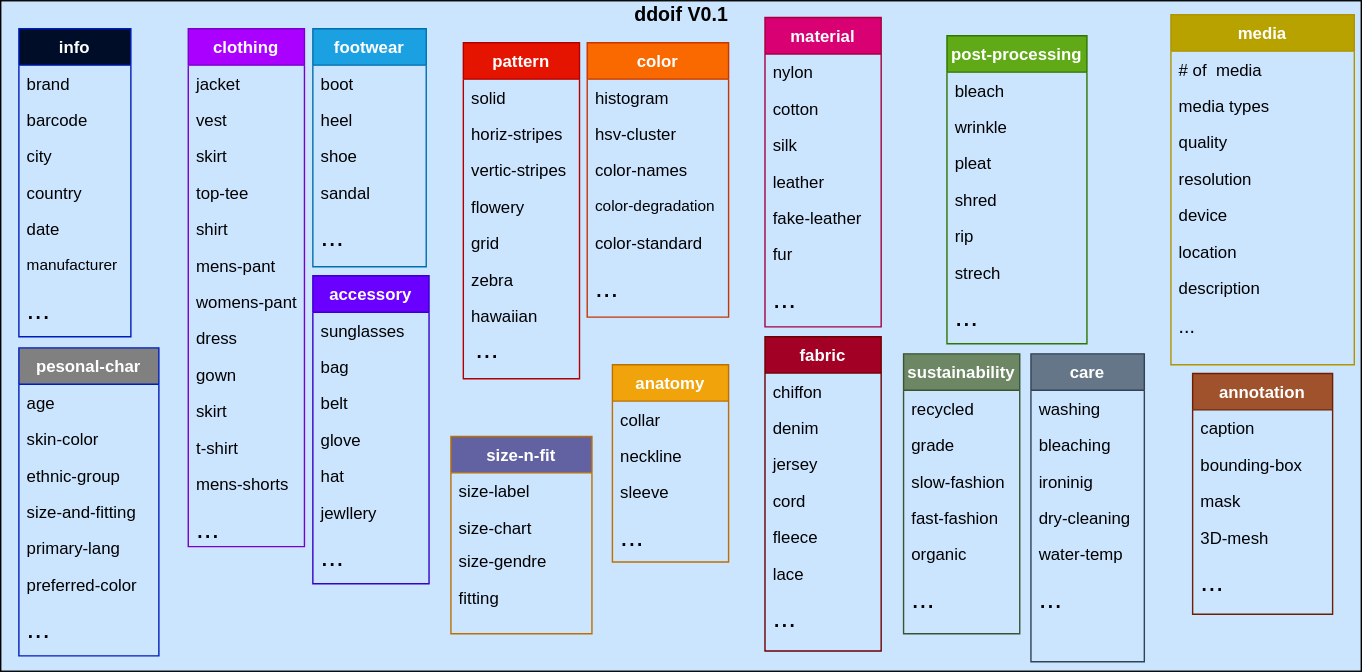
This is figures/ddoif.svg from morawi/ddoif, a draw.io export, as it was before one commit. Source tidied: cells renumbered, new cells last; positions are measured from the earlier drawing's top-left corner, leaving out a move shared by most shapes.
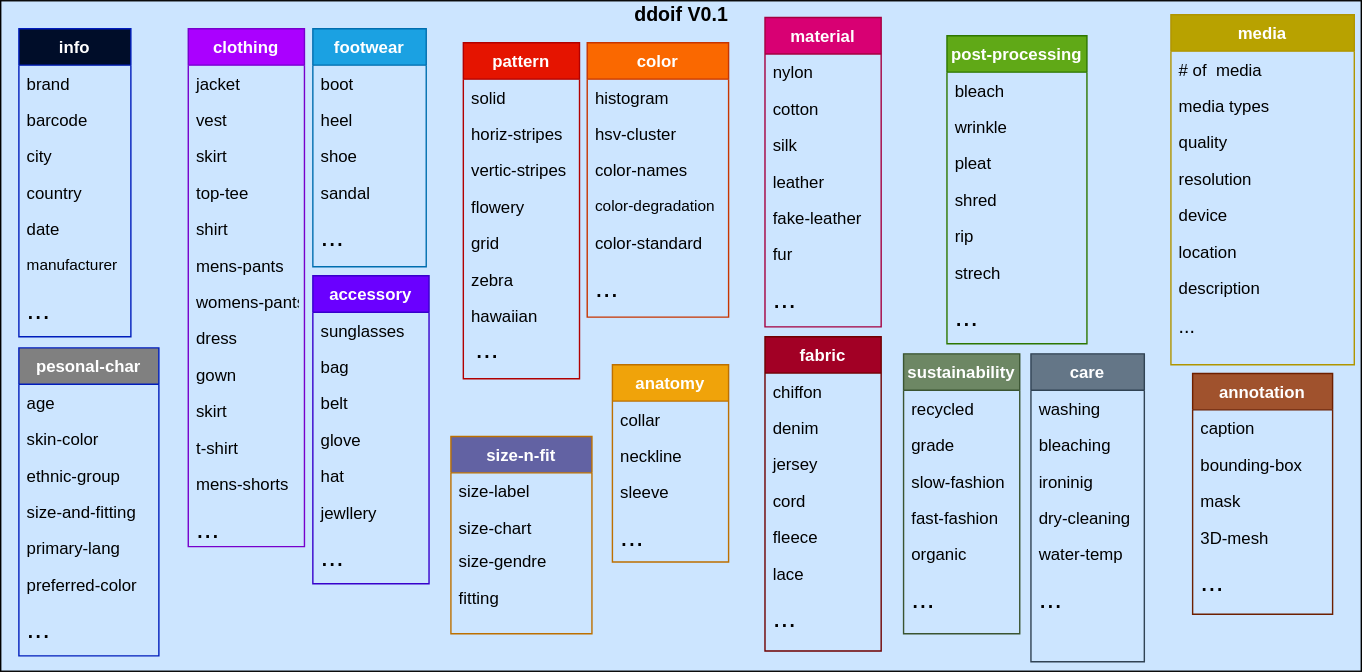
Later version of the same file.

Commit message:
Corrected pants

The edit, as a diff of the source:
```diff
@@ -95,10 +95,10 @@
     <mxCell id="32" value="shirt" style="text;align=left;verticalAlign=top;spacingLeft=4;spacingRight=4;overflow=hidden;" parent="27" vertex="1">
       <mxGeometry y="130" width="83" height="26" as="geometry" />
     </mxCell>
-    <mxCell id="33" value="mens-pant" style="text;align=left;verticalAlign=top;spacingLeft=4;spacingRight=4;overflow=hidden;" parent="27" vertex="1">
+    <mxCell id="33" value="mens-pants" style="text;align=left;verticalAlign=top;spacingLeft=4;spacingRight=4;overflow=hidden;" parent="27" vertex="1">
       <mxGeometry y="156" width="83" height="26" as="geometry" />
     </mxCell>
-    <mxCell id="34" value="womens-pant" style="text;align=left;verticalAlign=top;spacingLeft=4;spacingRight=4;overflow=hidden;" parent="27" vertex="1">
+    <mxCell id="34" value="womens-pants" style="text;align=left;verticalAlign=top;spacingLeft=4;spacingRight=4;overflow=hidden;" parent="27" vertex="1">
       <mxGeometry y="182" width="83" height="26" as="geometry" />
     </mxCell>
     <mxCell id="35" value="dress" style="text;align=left;verticalAlign=top;spacingLeft=4;spacingRight=4;overflow=hidden;" parent="27" vertex="1">
```
